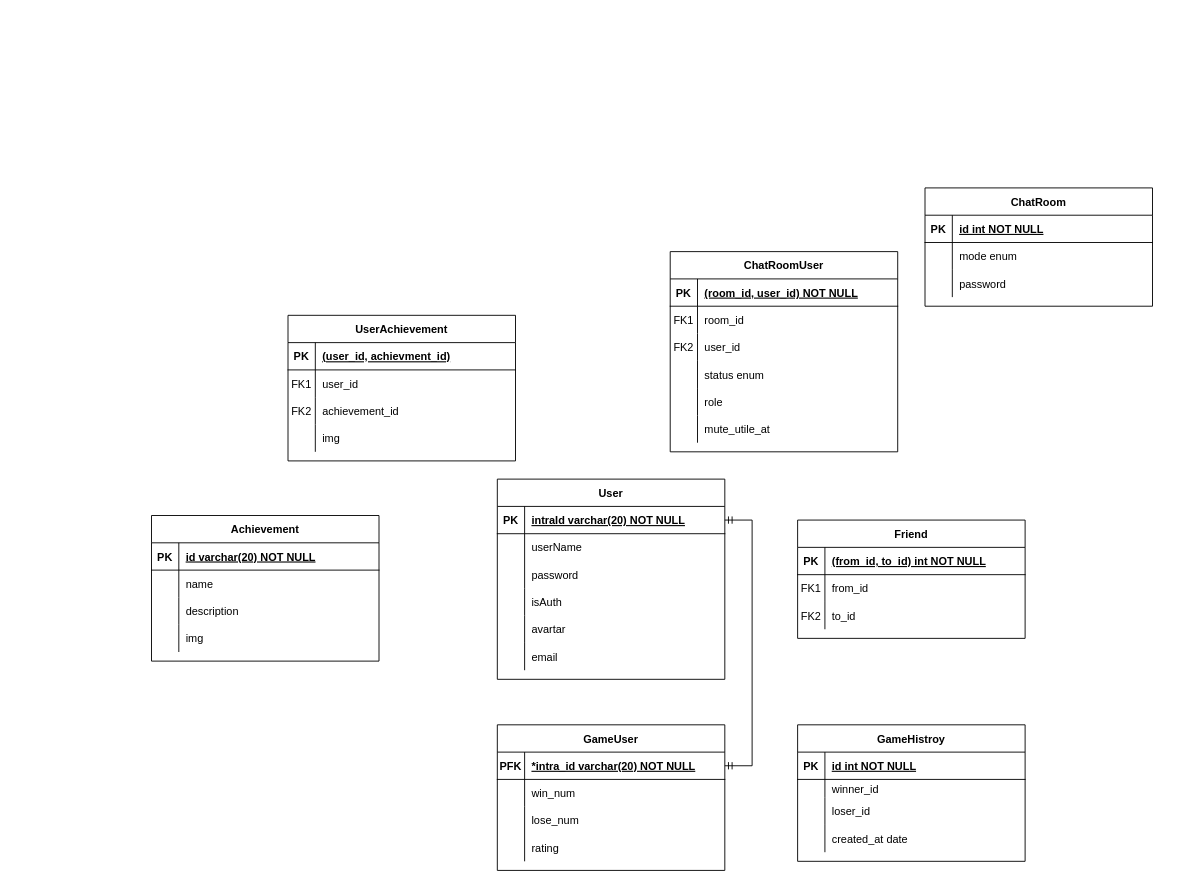
Above: Untitled Diagram.drawio in 42MVP/ft_transcendence (draw.io), before the change. Source tidied: cells renumbered, new cells numbered last; positions are measured from the earlier drawing's top-left corner, leaving out a move shared by most shapes. Both pictures are drawn from the tidied source at 91%, with x=0, y=0 at pixel (151, 187).
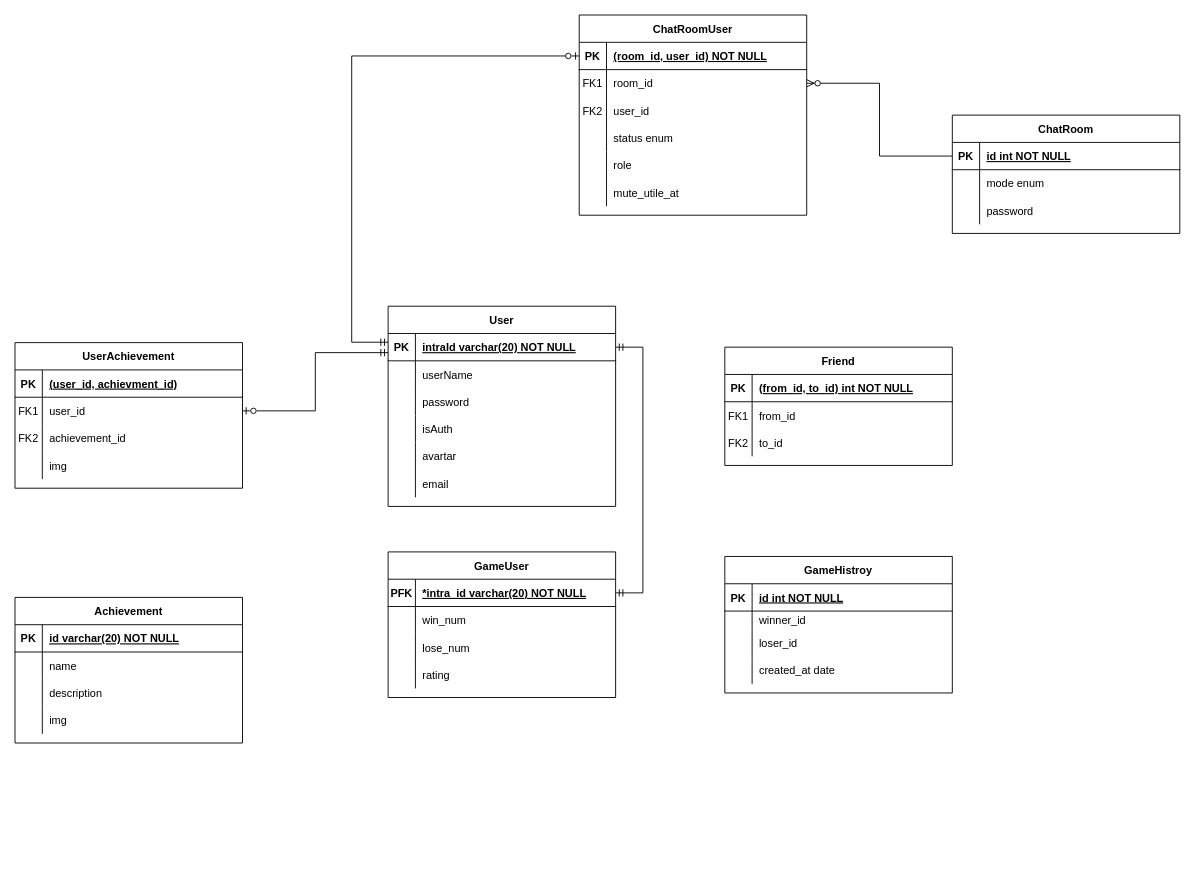
The same diagram, later.

Commit message:
💚 CHORE: DB 관계선 임시 작성

The change refers to these unchanged cells:
```xml
<mxCell id="3" style="shape=partialRectangle;fillColor=none;points=[[0,0.5],[1,0.5]];portConstraint=eastwest;top=0;left=0;right=0;bottom=1;" parent="2" vertex="1">
  <mxGeometry y="30" width="250" height="30" as="geometry" />
</mxCell>
<mxCell id="32" style="shape=partialRectangle;fillColor=none;points=[[0,0.5],[1,0.5]];portConstraint=eastwest;top=0;left=0;right=0;bottom=1;" parent="31" vertex="1">
  <mxGeometry y="30" width="250" height="30" as="geometry" />
</mxCell>
<mxCell id="58" style="shape=partialRectangle;fillColor=none;points=[[0,0.5],[1,0.5]];portConstraint=eastwest;top=0;left=0;right=0;bottom=1;" parent="57" vertex="1">
  <mxGeometry y="30" width="250" height="30" as="geometry" />
</mxCell>
<mxCell id="84" style="shape=partialRectangle;fillColor=none;points=[[0,0.5],[1,0.5]];portConstraint=eastwest;top=0;left=0;right=0;bottom=0;" parent="80" vertex="1">
  <mxGeometry y="60" width="250" height="30" as="geometry" />
</mxCell>
<mxCell id="94" style="shape=partialRectangle;fillColor=none;points=[[0,0.5],[1,0.5]];portConstraint=eastwest;top=0;left=0;right=0;bottom=1;" parent="93" vertex="1">
  <mxGeometry y="30" width="250" height="30" as="geometry" />
</mxCell>
<mxCell id="97" style="shape=partialRectangle;fillColor=none;points=[[0,0.5],[1,0.5]];portConstraint=eastwest;top=0;left=0;right=0;bottom=0;" parent="93" vertex="1">
  <mxGeometry y="60" width="250" height="30" as="geometry" />
</mxCell>
```

What changed in the source:
```diff
@@
     <mxCell id="2" value="User" style="shape=table;startSize=30;childLayout=tableLayout;rowLines=0;fontStyle=1;align=center;" parent="1" vertex="1">
-      <mxGeometry x="380" y="320" width="250" height="220" as="geometry" />
+      <mxGeometry x="260" y="130" width="250" height="220" as="geometry" />
     </mxCell>
@@
     <mxCell id="21" value="Friend" style="shape=table;startSize=30;childLayout=tableLayout;rowLines=0;fontStyle=1;align=center;" parent="1" vertex="1">
-      <mxGeometry x="710" y="365" width="250" height="130" as="geometry" />
+      <mxGeometry x="630" y="175" width="250" height="130" as="geometry" />
     </mxCell>
@@
     <mxCell id="31" value="GameUser" style="shape=table;startSize=30;childLayout=tableLayout;rowLines=0;fontStyle=1;align=center;" parent="1" vertex="1">
-      <mxGeometry x="380" y="590" width="250" height="160" as="geometry" />
+      <mxGeometry x="260" y="400" width="250" height="160" as="geometry" />
     </mxCell>
@@
     <mxCell id="44" value="GameHistroy" style="shape=table;startSize=30;childLayout=tableLayout;rowLines=0;fontStyle=1;align=center;" parent="1" vertex="1">
-      <mxGeometry x="710" y="590" width="250" height="150" as="geometry" />
+      <mxGeometry x="630" y="405" width="250" height="150" as="geometry" />
     </mxCell>
@@
     <mxCell id="57" value="ChatRoom" style="shape=table;startSize=30;childLayout=tableLayout;rowLines=0;fontStyle=1;align=center;" parent="1" vertex="1">
-      <mxGeometry x="850" width="250" height="130" as="geometry" />
+      <mxGeometry x="880" y="-80" width="250" height="130" as="geometry" />
     </mxCell>
@@
     <mxCell id="67" value="Achievement" style="shape=table;startSize=30;childLayout=tableLayout;rowLines=0;fontStyle=1;align=center;" parent="1" vertex="1">
-      <mxGeometry y="360" width="250" height="160" as="geometry" />
+      <mxGeometry x="-150" y="450" width="250" height="160" as="geometry" />
     </mxCell>
@@
     <mxCell id="80" value="UserAchievement" style="shape=table;startSize=30;childLayout=tableLayout;rowLines=0;fontStyle=1;align=center;" parent="1" vertex="1">
-      <mxGeometry x="150" y="140" width="250" height="160" as="geometry" />
+      <mxGeometry x="-150" y="170" width="250" height="160" as="geometry" />
     </mxCell>
@@
     <mxCell id="93" value="ChatRoomUser" style="shape=table;startSize=30;childLayout=tableLayout;rowLines=0;fontStyle=1;align=center;" parent="1" vertex="1">
-      <mxGeometry x="570" y="70" width="250" height="220" as="geometry" />
+      <mxGeometry x="470" y="-190" width="250" height="220" as="geometry" />
     </mxCell>
@@
     <mxCell id="112" style="edgeStyle=entityRelationEdgeStyle;fontSize=12;html=1;endArrow=ERmandOne;startArrow=ERmandOne;rounded=0;" parent="1" edge="1" source="32" target="3">
       <mxGeometry relative="1" as="geometry">
         <Array as="points">
-          <mxPoint x="348" y="490" />
-          <mxPoint x="408" y="500" />
+          <mxPoint x="228" y="300" />
+          <mxPoint x="288" y="310" />
         </Array>
       </mxGeometry>
     </mxCell>
+    <mxCell id="113" style="edgeStyle=elbowEdgeStyle;fontSize=12;html=1;endArrow=ERzeroToOne;endFill=0;rounded=0;entryX=0;entryY=0.5;entryDx=0;entryDy=0;exitX=0;exitY=0.319;exitDx=0;exitDy=0;startArrow=ERmandOne;startFill=0;exitPerimeter=0;" parent="1" edge="1" source="3" target="94">
+      <mxGeometry relative="1" as="geometry">
+        <Array as="points">
+          <mxPoint x="220" y="50" />
+        </Array>
+      </mxGeometry>
+    </mxCell>
+    <mxCell id="114" style="edgeStyle=elbowEdgeStyle;fontSize=12;html=1;endArrow=ERzeroToMany;endFill=1;rounded=0;exitX=0;exitY=0.5;exitDx=0;exitDy=0;entryX=1;entryY=0.5;entryDx=0;entryDy=0;" parent="1" edge="1" source="58" target="97">
+      <mxGeometry relative="1" as="geometry" />
+    </mxCell>
+    <mxCell id="115" style="edgeStyle=elbowEdgeStyle;fontSize=12;html=1;endArrow=ERmandOne;startArrow=ERzeroToOne;rounded=0;exitX=1;exitY=0.5;exitDx=0;exitDy=0;startFill=0;" parent="1" edge="1" source="84">
+      <mxGeometry relative="1" as="geometry">
+        <mxPoint x="260" y="181" as="targetPoint" />
+      </mxGeometry>
+    </mxCell>
```
